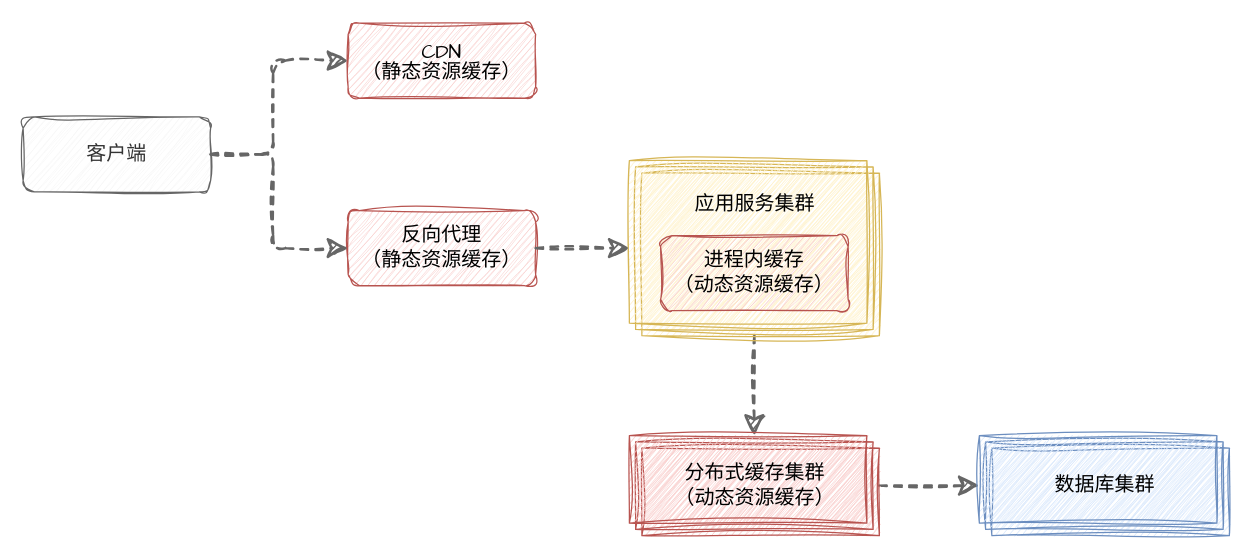
Before: page "缓存整体架构" (2 of 7) of assets/分布式/分布式存储/分布式缓存/缓存架构.drawio in dunwu/waterdrop, a draw.io diagram. Source tidied: cells renumbered, new cells numbered last; positions are measured from the earlier drawing's top-left corner, leaving out a move shared by most shapes. Both pictures are drawn from the tidied source at 125%, with x=0, y=0 at pixel (22, 22).
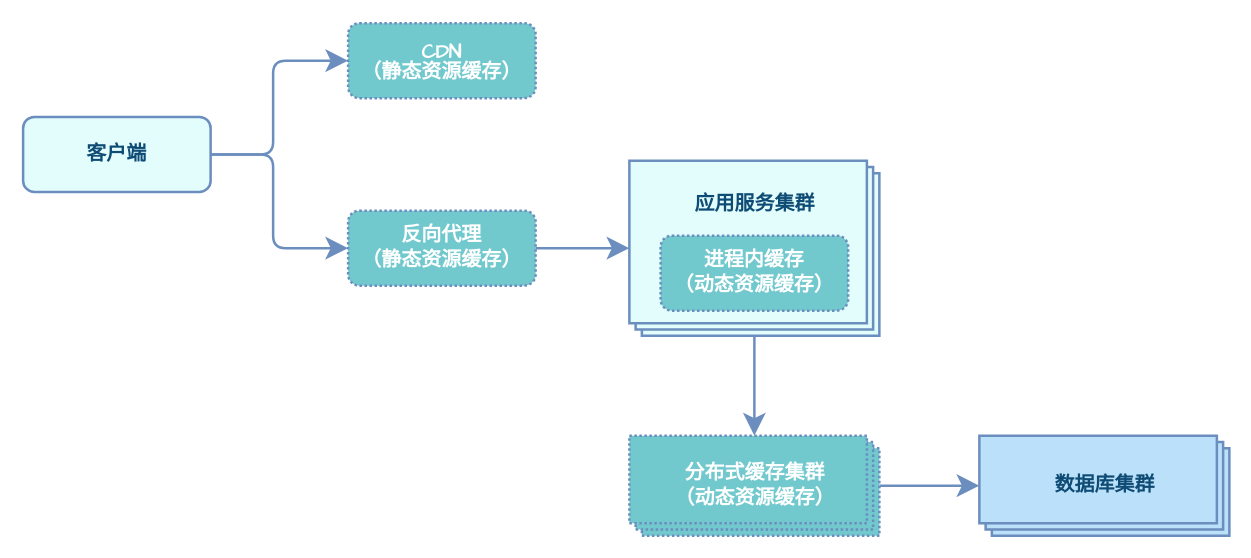
The same diagram, later.

What changed in the source:
```diff
@@
 <mxGraphModel>
   <root>
     <mxCell id="0" />
     <mxCell id="1" parent="0" />
-    <mxCell id="2" value="&lt;div style=&quot;font-size: 16px;&quot;&gt;&lt;div&gt;反向代理&lt;/div&gt;&lt;div&gt;（静态资源缓存）&lt;/div&gt;&lt;/div&gt;" style="rounded=1;whiteSpace=wrap;html=1;sketch=1;hachureGap=4;jiggle=2;curveFitting=1;fontFamily=Architects Daughter;fontSize=16;fillColor=#f8cecc;strokeColor=#b85450;" parent="1" vertex="1">
+    <mxCell id="2" value="&lt;div style=&quot;font-size: 16px;&quot;&gt;&lt;div&gt;反向代理&lt;/div&gt;&lt;div&gt;（静态资源缓存）&lt;/div&gt;&lt;/div&gt;" style="rounded=1;whiteSpace=wrap;html=1;hachureGap=4;fontFamily=Comic Sans MS;fontSize=16;fillColor=#71C9CE;strokeColor=#6C8EBF;strokeWidth=2;fontColor=#FFFFFF;fontStyle=1;dashed=1;dashPattern=1 1;" parent="1" vertex="1">
       <mxGeometry x="260" y="150" width="150" height="60" as="geometry" />
     </mxCell>
-    <mxCell id="3" value="&lt;div style=&quot;&quot;&gt;&lt;p style=&quot;margin: 0px 4px; line-height: 100%;&quot; align=&quot;center&quot;&gt;CDN&lt;/p&gt;&lt;p style=&quot;margin: 0px 4px; line-height: 100%;&quot; align=&quot;center&quot;&gt;（静态资源缓存）&lt;/p&gt;&lt;/div&gt;" style="rounded=1;whiteSpace=wrap;html=1;sketch=1;hachureGap=4;jiggle=2;curveFitting=1;fontFamily=Architects Daughter;fontSize=16;fillColor=#f8cecc;strokeColor=#b85450;" parent="1" vertex="1">
+    <mxCell id="3" value="&lt;div style=&quot;&quot;&gt;&lt;p style=&quot;margin: 0px 4px; line-height: 100%;&quot; align=&quot;center&quot;&gt;CDN&lt;/p&gt;&lt;p style=&quot;margin: 0px 4px; line-height: 100%;&quot; align=&quot;center&quot;&gt;（静态资源缓存）&lt;/p&gt;&lt;/div&gt;" style="rounded=1;whiteSpace=wrap;html=1;hachureGap=4;fontFamily=Comic Sans MS;fontSize=16;fillColor=#71C9CE;strokeColor=#6C8EBF;strokeWidth=2;fontColor=#FFFFFF;fontStyle=1;dashed=1;dashPattern=1 1;" parent="1" vertex="1">
       <mxGeometry x="260" width="150" height="60" as="geometry" />
     </mxCell>
-    <mxCell id="4" style="edgeStyle=orthogonalEdgeStyle;sketch=1;hachureGap=4;jiggle=2;curveFitting=1;jettySize=auto;html=1;exitX=1;exitY=0.5;exitDx=0;exitDy=0;entryX=0;entryY=0.5;entryDx=0;entryDy=0;fontFamily=Architects Daughter;fontSize=16;strokeWidth=2;endSize=12;startSize=12;dashed=1;fillColor=#f5f5f5;strokeColor=#666666;rounded=1;" parent="1" edge="1" source="6" target="3">
+    <mxCell id="4" style="edgeStyle=orthogonalEdgeStyle;hachureGap=4;jettySize=auto;html=1;exitX=1;exitY=0.5;exitDx=0;exitDy=0;entryX=0;entryY=0.5;entryDx=0;entryDy=0;fontFamily=Comic Sans MS;fontSize=16;strokeWidth=2;endSize=12;startSize=12;fillColor=#f5f5f5;strokeColor=#6C8EBF;rounded=1;fontColor=#0F4C75;fontStyle=1;" parent="1" edge="1" source="6" target="3">
       <mxGeometry relative="1" as="geometry" />
     </mxCell>
-    <mxCell id="5" style="edgeStyle=orthogonalEdgeStyle;sketch=1;hachureGap=4;jiggle=2;curveFitting=1;jettySize=auto;html=1;entryX=0;entryY=0.5;entryDx=0;entryDy=0;fontFamily=Architects Daughter;fontSize=16;strokeWidth=2;endSize=12;startSize=12;dashed=1;fillColor=#f5f5f5;strokeColor=#666666;rounded=1;" parent="1" edge="1" source="6" target="2">
+    <mxCell id="5" style="edgeStyle=orthogonalEdgeStyle;hachureGap=4;jettySize=auto;html=1;entryX=0;entryY=0.5;entryDx=0;entryDy=0;fontFamily=Comic Sans MS;fontSize=16;strokeWidth=2;endSize=12;startSize=12;fillColor=#f5f5f5;strokeColor=#6C8EBF;rounded=1;fontColor=#0F4C75;fontStyle=1;" parent="1" edge="1" source="6" target="2">
       <mxGeometry relative="1" as="geometry" />
     </mxCell>
-    <mxCell id="6" value="&lt;div style=&quot;font-size: 16px;&quot;&gt;&lt;div&gt;客户端&lt;/div&gt;&lt;/div&gt;" style="rounded=1;whiteSpace=wrap;html=1;sketch=1;hachureGap=4;jiggle=2;curveFitting=1;fontFamily=Architects Daughter;fontSize=16;fillColor=#f5f5f5;strokeColor=#666666;fontColor=#333333;" parent="1" vertex="1">
+    <mxCell id="6" value="&lt;div style=&quot;font-size: 16px;&quot;&gt;&lt;div&gt;客户端&lt;/div&gt;&lt;/div&gt;" style="rounded=1;whiteSpace=wrap;html=1;hachureGap=4;fontFamily=Comic Sans MS;fontSize=16;fillColor=#E3FDFD;strokeColor=#6C8EBF;fontColor=#0F4C75;fontStyle=1;strokeWidth=2;" parent="1" vertex="1">
       <mxGeometry y="75" width="150" height="60" as="geometry" />
     </mxCell>
-    <mxCell id="7" style="edgeStyle=orthogonalEdgeStyle;rounded=0;sketch=1;hachureGap=4;jiggle=2;curveFitting=1;jettySize=auto;html=1;fontFamily=Architects Daughter;fontSize=16;strokeWidth=2;endSize=12;startSize=12;dashed=1;fillColor=#f5f5f5;strokeColor=#666666;" parent="1" edge="1" source="9" target="13">
+    <mxCell id="7" style="edgeStyle=orthogonalEdgeStyle;rounded=0;hachureGap=4;jettySize=auto;html=1;fontFamily=Comic Sans MS;fontSize=16;strokeWidth=2;endSize=12;startSize=12;fillColor=#f5f5f5;strokeColor=#6C8EBF;fontColor=#0F4C75;fontStyle=1;" parent="1" edge="1" source="9" target="13">
       <mxGeometry relative="1" as="geometry" />
     </mxCell>
-    <mxCell id="8" style="edgeStyle=orthogonalEdgeStyle;rounded=0;sketch=1;hachureGap=4;jiggle=2;curveFitting=1;jettySize=auto;html=1;fontFamily=Architects Daughter;fontSize=16;strokeWidth=2;endSize=12;startSize=12;dashed=1;fillColor=#f5f5f5;strokeColor=#666666;" parent="1" edge="1" source="13" target="15">
+    <mxCell id="8" style="edgeStyle=orthogonalEdgeStyle;rounded=0;hachureGap=4;jettySize=auto;html=1;fontFamily=Comic Sans MS;fontSize=16;strokeWidth=2;endSize=12;startSize=12;fillColor=#f5f5f5;strokeColor=#6C8EBF;fontColor=#0F4C75;fontStyle=1;" parent="1" edge="1" source="13" target="15">
       <mxGeometry relative="1" as="geometry" />
     </mxCell>
-    <mxCell id="9" style="verticalLabelPosition=bottom;verticalAlign=top;html=1;shape=mxgraph.basic.layered_rect;dx=10;outlineConnect=0;whiteSpace=wrap;sketch=1;hachureGap=4;jiggle=2;curveFitting=1;fontFamily=Architects Daughter;fontSize=18;fillColor=#fff2cc;strokeColor=#d6b656;" parent="1" vertex="1">
+    <mxCell id="9" style="verticalLabelPosition=bottom;verticalAlign=top;html=1;shape=mxgraph.basic.layered_rect;dx=10;outlineConnect=0;whiteSpace=wrap;hachureGap=4;fontFamily=Comic Sans MS;fontSize=18;fillColor=#E3FDFD;strokeColor=#6C8EBF;strokeWidth=2;fontColor=#0F4C75;fontStyle=1;" parent="1" vertex="1">
       <mxGeometry x="485" y="110" width="200" height="140" as="geometry" />
     </mxCell>
-    <mxCell id="10" style="edgeStyle=orthogonalEdgeStyle;rounded=0;sketch=1;hachureGap=4;jiggle=2;curveFitting=1;jettySize=auto;html=1;exitX=1;exitY=0.5;exitDx=0;exitDy=0;fontFamily=Architects Daughter;fontSize=16;strokeWidth=2;endSize=12;startSize=12;dashed=1;fillColor=#f5f5f5;strokeColor=#666666;" parent="1" edge="1" source="2" target="9">
+    <mxCell id="10" style="edgeStyle=orthogonalEdgeStyle;rounded=0;hachureGap=4;jettySize=auto;html=1;exitX=1;exitY=0.5;exitDx=0;exitDy=0;fontFamily=Comic Sans MS;fontSize=16;strokeWidth=2;endSize=12;startSize=12;fillColor=#f5f5f5;strokeColor=#6C8EBF;fontColor=#0F4C75;fontStyle=1;" parent="1" edge="1" source="2" target="9">
       <mxGeometry relative="1" as="geometry" />
     </mxCell>
-    <mxCell id="11" value="&lt;div style=&quot;font-size: 16px;&quot;&gt;进程内缓存&lt;/div&gt;&lt;div style=&quot;font-size: 16px;&quot;&gt;（动态资源缓存）&lt;/div&gt;" style="rounded=1;whiteSpace=wrap;html=1;sketch=1;hachureGap=4;jiggle=2;curveFitting=1;fontFamily=Architects Daughter;fontSize=16;fillColor=#f8cecc;strokeColor=#b85450;" parent="1" vertex="1">
+    <mxCell id="11" value="&lt;div style=&quot;font-size: 16px;&quot;&gt;进程内缓存&lt;/div&gt;&lt;div style=&quot;font-size: 16px;&quot;&gt;（动态资源缓存）&lt;/div&gt;" style="rounded=1;whiteSpace=wrap;html=1;hachureGap=4;fontFamily=Comic Sans MS;fontSize=16;fillColor=#71C9CE;strokeColor=#6C8EBF;strokeWidth=2;fontColor=#FFFFFF;fontStyle=1;dashed=1;dashPattern=1 1;" parent="1" vertex="1">
       <mxGeometry x="510" y="170" width="150" height="60" as="geometry" />
     </mxCell>
-    <mxCell id="12" value="应用服务集群" style="text;html=1;align=center;verticalAlign=middle;strokeColor=none;fillColor=none;fontSize=16;fontFamily=Architects Daughter;" parent="1" vertex="1">
+    <mxCell id="12" value="应用服务集群" style="text;html=1;align=center;verticalAlign=middle;strokeColor=none;fillColor=none;fontSize=16;fontFamily=Comic Sans MS;fontColor=#0F4C75;fontStyle=1;" parent="1" vertex="1">
       <mxGeometry x="525" y="130" width="120" height="30" as="geometry" />
     </mxCell>
-    <mxCell id="13" style="verticalLabelPosition=bottom;verticalAlign=top;html=1;shape=mxgraph.basic.layered_rect;dx=10;outlineConnect=0;whiteSpace=wrap;sketch=1;hachureGap=4;jiggle=2;curveFitting=1;fontFamily=Architects Daughter;fontSize=18;fillColor=#f8cecc;strokeColor=#b85450;" parent="1" vertex="1">
+    <mxCell id="13" style="verticalLabelPosition=bottom;verticalAlign=top;html=1;shape=mxgraph.basic.layered_rect;dx=10;outlineConnect=0;whiteSpace=wrap;hachureGap=4;fontFamily=Comic Sans MS;fontSize=18;fillColor=#71C9CE;strokeColor=#6C8EBF;strokeWidth=2;fontColor=#FFFFFF;fontStyle=1;dashed=1;dashPattern=1 1;" parent="1" vertex="1">
       <mxGeometry x="485" y="330" width="200" height="80" as="geometry" />
     </mxCell>
-    <mxCell id="14" value="&lt;div&gt;分布式缓存集群&lt;/div&gt;&lt;div&gt;（动态资源缓存）&lt;/div&gt;" style="text;html=1;align=center;verticalAlign=middle;strokeColor=none;fillColor=none;fontSize=16;fontFamily=Architects Daughter;" parent="1" vertex="1">
+    <mxCell id="14" value="&lt;div&gt;分布式缓存集群&lt;/div&gt;&lt;div&gt;（动态资源缓存）&lt;/div&gt;" style="text;html=1;align=center;verticalAlign=middle;strokeColor=none;fillColor=none;fontSize=16;fontFamily=Comic Sans MS;fontColor=#FFFFFF;fontStyle=1;" parent="1" vertex="1">
       <mxGeometry x="510" y="345" width="150" height="50" as="geometry" />
     </mxCell>
-    <mxCell id="15" style="verticalLabelPosition=bottom;verticalAlign=top;html=1;shape=mxgraph.basic.layered_rect;dx=10;outlineConnect=0;whiteSpace=wrap;sketch=1;hachureGap=4;jiggle=2;curveFitting=1;fontFamily=Architects Daughter;fontSize=18;fillColor=#dae8fc;strokeColor=#6c8ebf;" parent="1" vertex="1">
+    <mxCell id="15" style="verticalLabelPosition=bottom;verticalAlign=top;html=1;shape=mxgraph.basic.layered_rect;dx=10;outlineConnect=0;whiteSpace=wrap;hachureGap=4;fontFamily=Comic Sans MS;fontSize=18;fillColor=#BBE1FA;strokeColor=#6c8ebf;strokeWidth=2;fontColor=#0F4C75;fontStyle=1;" parent="1" vertex="1">
       <mxGeometry x="765" y="330" width="200" height="80" as="geometry" />
     </mxCell>
-    <mxCell id="16" value="&lt;div&gt;数据库集群&lt;/div&gt;" style="text;html=1;align=center;verticalAlign=middle;strokeColor=none;fillColor=none;fontSize=16;fontFamily=Architects Daughter;" parent="1" vertex="1">
+    <mxCell id="16" value="&lt;div&gt;数据库集群&lt;/div&gt;" style="text;html=1;align=center;verticalAlign=middle;strokeColor=none;fillColor=none;fontSize=16;fontFamily=Comic Sans MS;fontColor=#0F4C75;fontStyle=1;" parent="1" vertex="1">
       <mxGeometry x="815" y="355" width="100" height="30" as="geometry" />
     </mxCell>
   </root>
 </mxGraphModel>
```
